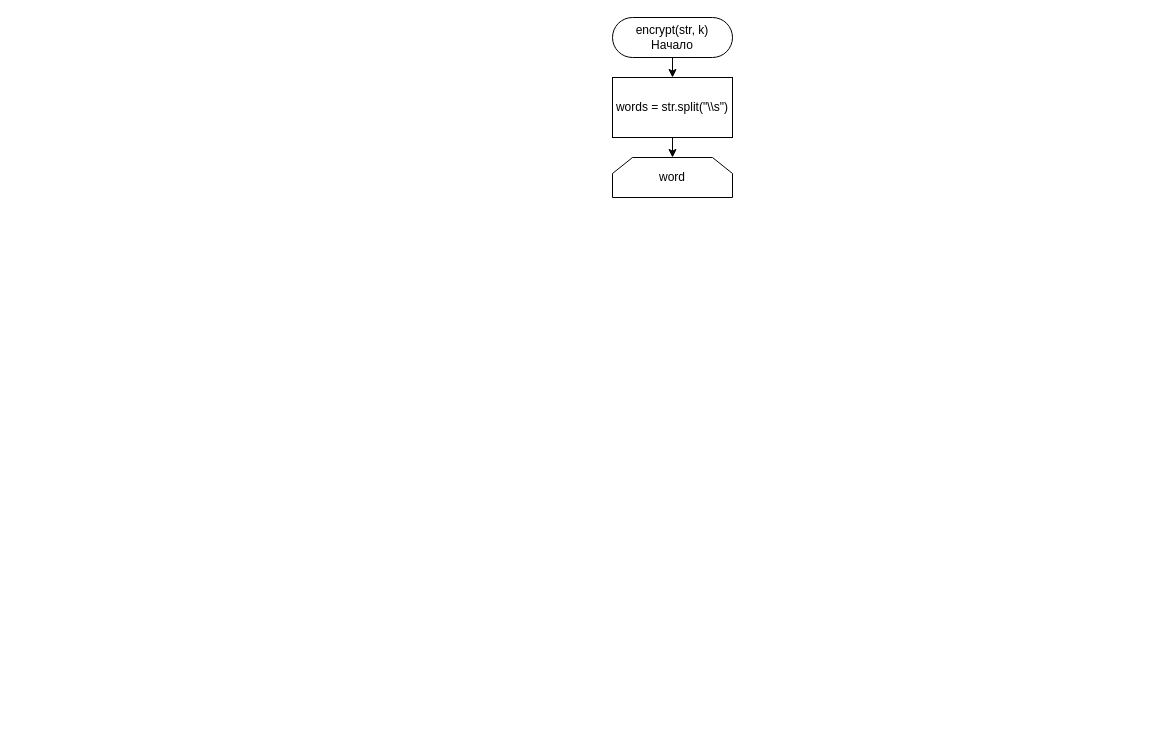
Earlier version of the draw.io diagram InfoSecurity/lab1/блок-схема.drawio (R3nnyWeb/labs8). Source tidied: cells renumbered, new cells numbered last; positions are measured from the earlier drawing's top-left corner, leaving out a move shared by most shapes. Both pictures are drawn from the tidied source at 100%, with x=0, y=0 at pixel (612, 17).
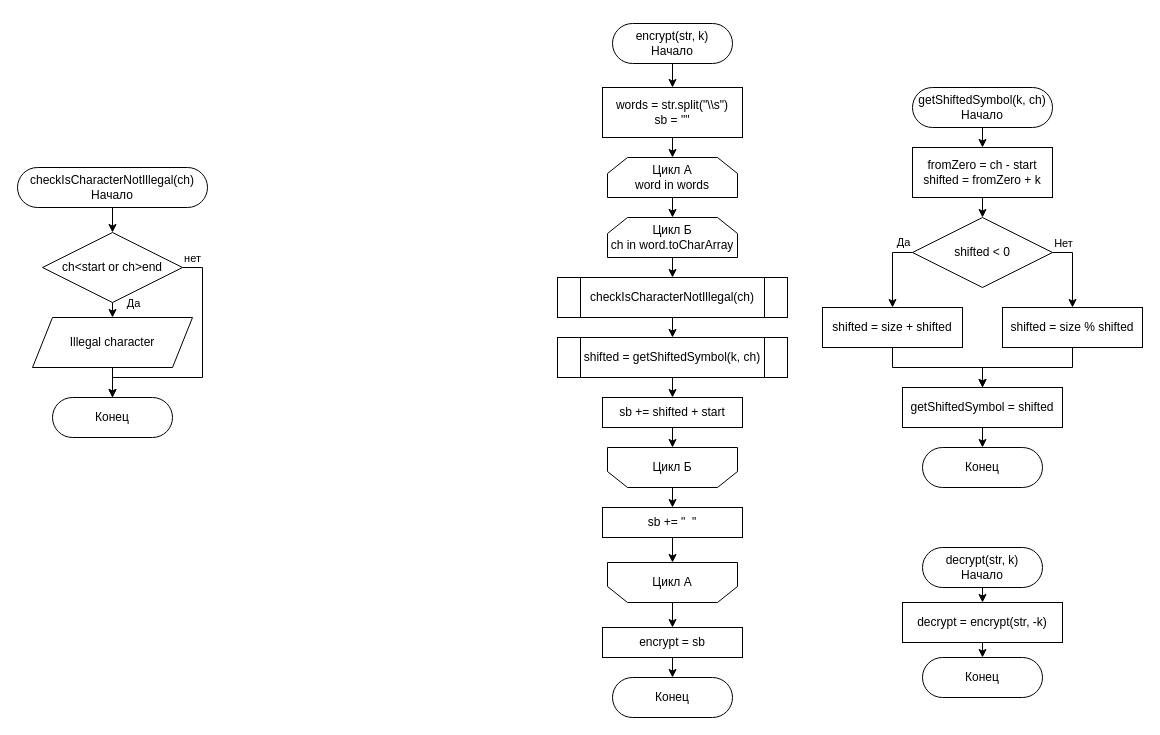
The same page after the edit.

Diff of the diagram source:
```diff
@@
     <mxCell id="3" value="encrypt(str, k)&lt;br&gt;Начало" style="rounded=1;whiteSpace=wrap;html=1;arcSize=50;" parent="1" vertex="1">
-      <mxGeometry width="120" height="40" as="geometry" />
+      <mxGeometry y="6" width="120" height="40" as="geometry" />
     </mxCell>
@@
-    <mxCell id="5" value="words = str.split(&quot;\\s&quot;)" style="rounded=0;whiteSpace=wrap;html=1;" parent="1" vertex="1">
-      <mxGeometry y="60" width="120" height="60" as="geometry" />
+    <mxCell id="5" value="words = str.split(&quot;\\s&quot;)&lt;br&gt;sb = &quot;&quot;" style="rounded=0;whiteSpace=wrap;html=1;" parent="1" vertex="1">
+      <mxGeometry x="-10" y="70" width="140" height="50" as="geometry" />
     </mxCell>
+    <mxCell id="7" style="edgeStyle=orthogonalEdgeStyle;rounded=0;jettySize=auto;html=1;exitX=0.5;exitY=1;exitDx=0;exitDy=0;entryX=0.5;entryY=0;entryDx=0;entryDy=0;" parent="1" edge="1" source="6" target="11">
+      <mxGeometry relative="1" as="geometry" />
+    </mxCell>
-    <mxCell id="6" value="word" style="shape=loopLimit;whiteSpace=wrap;html=1;" parent="1" vertex="1">
-      <mxGeometry y="140" width="120" height="40" as="geometry" />
+    <mxCell id="6" value="Цикл А&lt;br&gt;word in words" style="shape=loopLimit;whiteSpace=wrap;html=1;" parent="1" vertex="1">
+      <mxGeometry x="-5" y="140" width="130" height="40" as="geometry" />
     </mxCell>
+    <mxCell id="8" style="edgeStyle=orthogonalEdgeStyle;rounded=0;jettySize=auto;html=1;exitX=0.5;exitY=0;exitDx=0;exitDy=0;entryX=0.5;entryY=0;entryDx=0;entryDy=0;" parent="1" edge="1" source="9" target="23">
+      <mxGeometry relative="1" as="geometry" />
+    </mxCell>
+    <mxCell id="9" value="Цикл А" style="shape=loopLimit;whiteSpace=wrap;html=1;direction=west;" parent="1" vertex="1">
+      <mxGeometry x="-5" y="545" width="130" height="40" as="geometry" />
+    </mxCell>
+    <mxCell id="10" style="edgeStyle=orthogonalEdgeStyle;rounded=0;jettySize=auto;html=1;exitX=0.5;exitY=1;exitDx=0;exitDy=0;entryX=0.5;entryY=0;entryDx=0;entryDy=0;" parent="1" edge="1" source="11" target="15">
+      <mxGeometry relative="1" as="geometry" />
+    </mxCell>
+    <mxCell id="11" value="Цикл Б&lt;br&gt;ch in word.toCharArray" style="shape=loopLimit;whiteSpace=wrap;html=1;" parent="1" vertex="1">
+      <mxGeometry x="-5" y="200" width="130" height="40" as="geometry" />
+    </mxCell>
+    <mxCell id="12" style="edgeStyle=orthogonalEdgeStyle;rounded=0;jettySize=auto;html=1;exitX=0.5;exitY=0;exitDx=0;exitDy=0;entryX=0.5;entryY=0;entryDx=0;entryDy=0;" parent="1" edge="1" source="13" target="21">
+      <mxGeometry relative="1" as="geometry" />
+    </mxCell>
+    <mxCell id="13" value="Цикл Б" style="shape=loopLimit;whiteSpace=wrap;html=1;direction=west;" parent="1" vertex="1">
+      <mxGeometry x="-5" y="430" width="130" height="40" as="geometry" />
+    </mxCell>
+    <mxCell id="14" style="edgeStyle=orthogonalEdgeStyle;rounded=0;jettySize=auto;html=1;exitX=0.5;exitY=1;exitDx=0;exitDy=0;entryX=0.5;entryY=0;entryDx=0;entryDy=0;" parent="1" edge="1" source="15" target="17">
+      <mxGeometry relative="1" as="geometry" />
+    </mxCell>
+    <mxCell id="15" value="checkIsCharacterNotIllegal(ch)" style="shape=process;whiteSpace=wrap;html=1;backgroundOutline=1;" parent="1" vertex="1">
+      <mxGeometry x="-55" y="260" width="230" height="40" as="geometry" />
+    </mxCell>
+    <mxCell id="16" style="edgeStyle=orthogonalEdgeStyle;rounded=0;jettySize=auto;html=1;exitX=0.5;exitY=1;exitDx=0;exitDy=0;entryX=0.5;entryY=0;entryDx=0;entryDy=0;" parent="1" edge="1" source="17" target="19">
+      <mxGeometry relative="1" as="geometry" />
+    </mxCell>
+    <mxCell id="17" value="shifted = getShiftedSymbol(k, ch)" style="shape=process;whiteSpace=wrap;html=1;backgroundOutline=1;" parent="1" vertex="1">
+      <mxGeometry x="-55" y="320" width="230" height="40" as="geometry" />
+    </mxCell>
+    <mxCell id="18" style="edgeStyle=orthogonalEdgeStyle;rounded=0;jettySize=auto;html=1;exitX=0.5;exitY=1;exitDx=0;exitDy=0;entryX=0.5;entryY=1;entryDx=0;entryDy=0;" parent="1" edge="1" source="19" target="13">
+      <mxGeometry relative="1" as="geometry" />
+    </mxCell>
+    <mxCell id="19" value="sb += shifted + start" style="rounded=0;whiteSpace=wrap;html=1;" parent="1" vertex="1">
+      <mxGeometry x="-10" y="380" width="140" height="30" as="geometry" />
+    </mxCell>
+    <mxCell id="20" style="edgeStyle=orthogonalEdgeStyle;rounded=0;jettySize=auto;html=1;exitX=0.5;exitY=1;exitDx=0;exitDy=0;entryX=0.5;entryY=1;entryDx=0;entryDy=0;" parent="1" edge="1" source="21" target="9">
+      <mxGeometry relative="1" as="geometry" />
+    </mxCell>
+    <mxCell id="21" value="sb += &quot;&amp;nbsp; &quot;" style="rounded=0;whiteSpace=wrap;html=1;" parent="1" vertex="1">
+      <mxGeometry x="-10" y="490" width="140" height="30" as="geometry" />
+    </mxCell>
+    <mxCell id="22" style="edgeStyle=orthogonalEdgeStyle;rounded=0;jettySize=auto;html=1;exitX=0.5;exitY=1;exitDx=0;exitDy=0;entryX=0.5;entryY=0;entryDx=0;entryDy=0;" parent="1" edge="1" source="23" target="24">
+      <mxGeometry relative="1" as="geometry" />
+    </mxCell>
+    <mxCell id="23" value="encrypt = sb" style="rounded=0;whiteSpace=wrap;html=1;" parent="1" vertex="1">
+      <mxGeometry x="-10" y="610" width="140" height="30" as="geometry" />
+    </mxCell>
+    <mxCell id="24" value="Конец" style="rounded=1;whiteSpace=wrap;html=1;arcSize=50;" parent="1" vertex="1">
+      <mxGeometry y="660" width="120" height="40" as="geometry" />
+    </mxCell>
+    <mxCell id="25" style="edgeStyle=orthogonalEdgeStyle;rounded=0;jettySize=auto;html=1;exitX=0.5;exitY=1;exitDx=0;exitDy=0;entryX=0.5;entryY=0;entryDx=0;entryDy=0;" parent="1" edge="1" source="26" target="29">
+      <mxGeometry relative="1" as="geometry" />
+    </mxCell>
+    <mxCell id="26" value="getShiftedSymbol(k, ch)&lt;br&gt;Начало" style="rounded=1;whiteSpace=wrap;html=1;arcSize=50;" parent="1" vertex="1">
+      <mxGeometry x="300" y="70" width="140" height="40" as="geometry" />
+    </mxCell>
+    <mxCell id="27" value="Конец" style="rounded=1;whiteSpace=wrap;html=1;arcSize=50;" parent="1" vertex="1">
+      <mxGeometry x="310" y="430" width="120" height="40" as="geometry" />
+    </mxCell>
+    <mxCell id="28" style="edgeStyle=orthogonalEdgeStyle;rounded=0;jettySize=auto;html=1;exitX=0.5;exitY=1;exitDx=0;exitDy=0;entryX=0.5;entryY=0;entryDx=0;entryDy=0;" parent="1" edge="1" source="29" target="34">
+      <mxGeometry relative="1" as="geometry" />
+    </mxCell>
+    <mxCell id="29" value="fromZero = ch - start&lt;br&gt;shifted = fromZero + k" style="rounded=0;whiteSpace=wrap;html=1;" parent="1" vertex="1">
+      <mxGeometry x="300" y="130" width="140" height="50" as="geometry" />
+    </mxCell>
+    <mxCell id="30" style="edgeStyle=orthogonalEdgeStyle;rounded=0;jettySize=auto;html=1;exitX=0;exitY=0.5;exitDx=0;exitDy=0;entryX=0.5;entryY=0;entryDx=0;entryDy=0;" parent="1" edge="1" source="34" target="36">
+      <mxGeometry relative="1" as="geometry" />
+    </mxCell>
+    <mxCell id="31" value="Да" style="edgeLabel;html=1;align=center;verticalAlign=middle;" parent="30" vertex="1">
+      <mxGeometry x="-0.25" y="2" relative="1" as="geometry">
+        <mxPoint x="8" y="-19" as="offset" />
+      </mxGeometry>
+    </mxCell>
+    <mxCell id="32" style="edgeStyle=orthogonalEdgeStyle;rounded=0;jettySize=auto;html=1;exitX=1;exitY=0.5;exitDx=0;exitDy=0;entryX=0.5;entryY=0;entryDx=0;entryDy=0;" parent="1" edge="1" source="34" target="38">
+      <mxGeometry relative="1" as="geometry" />
+    </mxCell>
+    <mxCell id="33" value="Нет" style="edgeLabel;html=1;align=center;verticalAlign=middle;" parent="32" vertex="1">
+      <mxGeometry x="-0.59" y="1" relative="1" as="geometry">
+        <mxPoint x="-5" y="-9" as="offset" />
+      </mxGeometry>
+    </mxCell>
+    <mxCell id="34" value="shifted &amp;lt; 0" style="rhombus;whiteSpace=wrap;html=1;" parent="1" vertex="1">
+      <mxGeometry x="300" y="200" width="140" height="70" as="geometry" />
+    </mxCell>
+    <mxCell id="35" style="edgeStyle=orthogonalEdgeStyle;rounded=0;jettySize=auto;html=1;exitX=0.5;exitY=1;exitDx=0;exitDy=0;entryX=0.5;entryY=0;entryDx=0;entryDy=0;" parent="1" edge="1" source="36" target="40">
+      <mxGeometry relative="1" as="geometry" />
+    </mxCell>
+    <mxCell id="36" value="shifted = size + shifted" style="rounded=0;whiteSpace=wrap;html=1;" parent="1" vertex="1">
+      <mxGeometry x="210" y="290" width="140" height="40" as="geometry" />
+    </mxCell>
+    <mxCell id="37" style="edgeStyle=orthogonalEdgeStyle;rounded=0;jettySize=auto;html=1;exitX=0.5;exitY=1;exitDx=0;exitDy=0;entryX=0.5;entryY=0;entryDx=0;entryDy=0;" parent="1" edge="1" source="38" target="40">
+      <mxGeometry relative="1" as="geometry" />
+    </mxCell>
+    <mxCell id="38" value="shifted = size % shifted" style="rounded=0;whiteSpace=wrap;html=1;" parent="1" vertex="1">
+      <mxGeometry x="390" y="290" width="140" height="40" as="geometry" />
+    </mxCell>
+    <mxCell id="39" style="edgeStyle=orthogonalEdgeStyle;rounded=0;jettySize=auto;html=1;exitX=0.5;exitY=1;exitDx=0;exitDy=0;entryX=0.5;entryY=0;entryDx=0;entryDy=0;" parent="1" edge="1" source="40" target="27">
+      <mxGeometry relative="1" as="geometry" />
+    </mxCell>
+    <mxCell id="40" value="getShiftedSymbol = shifted" style="rounded=0;whiteSpace=wrap;html=1;" parent="1" vertex="1">
+      <mxGeometry x="290" y="370" width="160" height="40" as="geometry" />
+    </mxCell>
+    <mxCell id="41" style="edgeStyle=orthogonalEdgeStyle;rounded=0;jettySize=auto;html=1;exitX=0.5;exitY=1;exitDx=0;exitDy=0;entryX=0.5;entryY=0;entryDx=0;entryDy=0;" parent="1" edge="1" source="42" target="45">
+      <mxGeometry relative="1" as="geometry" />
+    </mxCell>
+    <mxCell id="42" value="decrypt(str, k)&lt;br&gt;Начало" style="rounded=1;whiteSpace=wrap;html=1;arcSize=50;" parent="1" vertex="1">
+      <mxGeometry x="310" y="530" width="120" height="40" as="geometry" />
+    </mxCell>
+    <mxCell id="43" value="Конец" style="rounded=1;whiteSpace=wrap;html=1;arcSize=50;" parent="1" vertex="1">
+      <mxGeometry x="310" y="640" width="120" height="40" as="geometry" />
+    </mxCell>
+    <mxCell id="44" style="edgeStyle=orthogonalEdgeStyle;rounded=0;jettySize=auto;html=1;exitX=0.5;exitY=1;exitDx=0;exitDy=0;entryX=0.5;entryY=0;entryDx=0;entryDy=0;" parent="1" edge="1" source="45" target="43">
+      <mxGeometry relative="1" as="geometry" />
+    </mxCell>
+    <mxCell id="45" value="decrypt = encrypt(str, -k)" style="rounded=0;whiteSpace=wrap;html=1;" parent="1" vertex="1">
+      <mxGeometry x="290" y="585" width="160" height="40" as="geometry" />
+    </mxCell>
+    <mxCell id="46" style="edgeStyle=orthogonalEdgeStyle;rounded=0;jettySize=auto;html=1;exitX=0.5;exitY=1;exitDx=0;exitDy=0;entryX=0.5;entryY=0;entryDx=0;entryDy=0;" parent="1" edge="1" source="47" target="52">
+      <mxGeometry relative="1" as="geometry" />
+    </mxCell>
+    <mxCell id="47" value="checkIsCharacterNotIllegal(ch)&lt;br&gt;Начало" style="rounded=1;whiteSpace=wrap;html=1;arcSize=50;" parent="1" vertex="1">
+      <mxGeometry x="-595" y="150" width="190" height="40" as="geometry" />
+    </mxCell>
+    <mxCell id="48" style="edgeStyle=orthogonalEdgeStyle;rounded=0;jettySize=auto;html=1;exitX=0.5;exitY=1;exitDx=0;exitDy=0;entryX=0.5;entryY=0;entryDx=0;entryDy=0;" parent="1" edge="1" source="52" target="55">
+      <mxGeometry relative="1" as="geometry" />
+    </mxCell>
+    <mxCell id="49" value="Да" style="edgeLabel;html=1;align=center;verticalAlign=middle;" parent="48" vertex="1">
+      <mxGeometry x="-0.65" y="-1" relative="1" as="geometry">
+        <mxPoint x="21" y="-3" as="offset" />
+      </mxGeometry>
+    </mxCell>
+    <mxCell id="50" style="edgeStyle=orthogonalEdgeStyle;rounded=0;jettySize=auto;html=1;exitX=1;exitY=0.5;exitDx=0;exitDy=0;entryX=0.5;entryY=0;entryDx=0;entryDy=0;" parent="1" edge="1" source="52" target="53">
+      <mxGeometry relative="1" as="geometry">
+        <Array as="points">
+          <mxPoint x="-410" y="250" />
+          <mxPoint x="-410" y="360" />
+          <mxPoint x="-500" y="360" />
+        </Array>
+      </mxGeometry>
+    </mxCell>
+    <mxCell id="51" value="нет" style="edgeLabel;html=1;align=center;verticalAlign=middle;" parent="50" vertex="1">
+      <mxGeometry x="-0.89" y="-4" relative="1" as="geometry">
+        <mxPoint x="-4" y="-14" as="offset" />
+      </mxGeometry>
+    </mxCell>
+    <mxCell id="52" value="ch&amp;lt;start or ch&amp;gt;end" style="rhombus;whiteSpace=wrap;html=1;" parent="1" vertex="1">
+      <mxGeometry x="-570" y="215" width="140" height="70" as="geometry" />
+    </mxCell>
+    <mxCell id="53" value="Конец" style="rounded=1;whiteSpace=wrap;html=1;arcSize=50;" parent="1" vertex="1">
+      <mxGeometry x="-560" y="380" width="120" height="40" as="geometry" />
+    </mxCell>
+    <mxCell id="54" style="edgeStyle=orthogonalEdgeStyle;rounded=0;jettySize=auto;html=1;exitX=0.5;exitY=1;exitDx=0;exitDy=0;" parent="1" edge="1" source="55" target="53">
+      <mxGeometry relative="1" as="geometry" />
+    </mxCell>
+    <mxCell id="55" value="Illegal character" style="shape=parallelogram;perimeter=parallelogramPerimeter;whiteSpace=wrap;html=1;fixedSize=1;" parent="1" vertex="1">
+      <mxGeometry x="-580" y="300" width="160" height="50" as="geometry" />
+    </mxCell>
```
